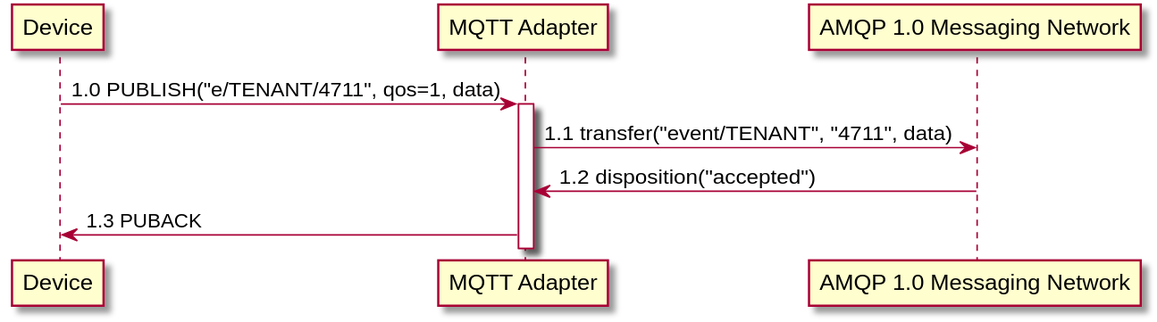
The PlantUML diagram site/documentation/content/api/forwardEvent.svg in eclipse-hono/hono, before a commit. Source of this version:
```plantuml
@startuml
scale 1.2

participant Device
participant "MQTT Adapter"
participant "AMQP 1.0 Messaging Network"

Device -> "MQTT Adapter"++: 1.0 PUBLISH("e/TENANT/4711", qos=1, data)
"MQTT Adapter" -> "AMQP 1.0 Messaging Network": 1.1 transfer("event/TENANT", "4711", data)
"AMQP 1.0 Messaging Network" -> "MQTT Adapter": 1.2 disposition("accepted")
"MQTT Adapter" -> Device: 1.3 PUBACK
@enduml
```
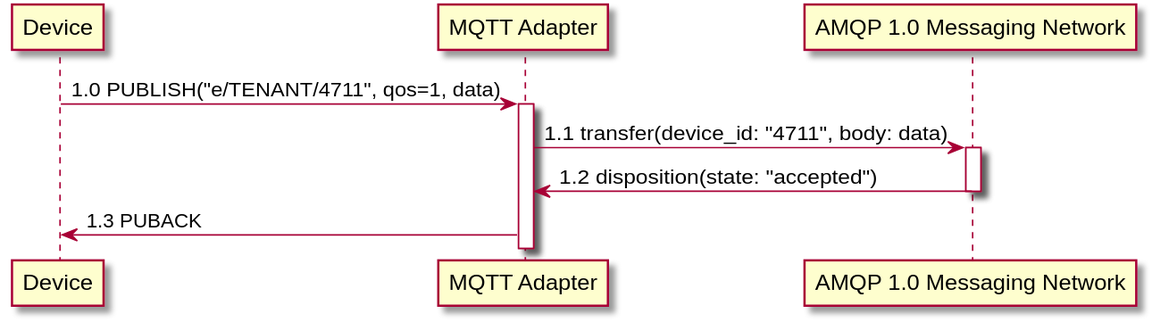
After the commit.

Change to the diagram source:
```diff
@@ -6,7 +6,7 @@
 participant "AMQP 1.0 Messaging Network"
 
 Device -> "MQTT Adapter"++: 1.0 PUBLISH("e/TENANT/4711", qos=1, data)
-"MQTT Adapter" -> "AMQP 1.0 Messaging Network": 1.1 transfer("event/TENANT", "4711", data)
-"AMQP 1.0 Messaging Network" -> "MQTT Adapter": 1.2 disposition("accepted")
+"MQTT Adapter" -> "AMQP 1.0 Messaging Network"+: 1.1 transfer(device_id: "4711", body: data)
+"AMQP 1.0 Messaging Network" -> "MQTT Adapter"-: 1.2 disposition(state: "accepted")
 "MQTT Adapter" -> Device: 1.3 PUBACK
 @enduml
```
